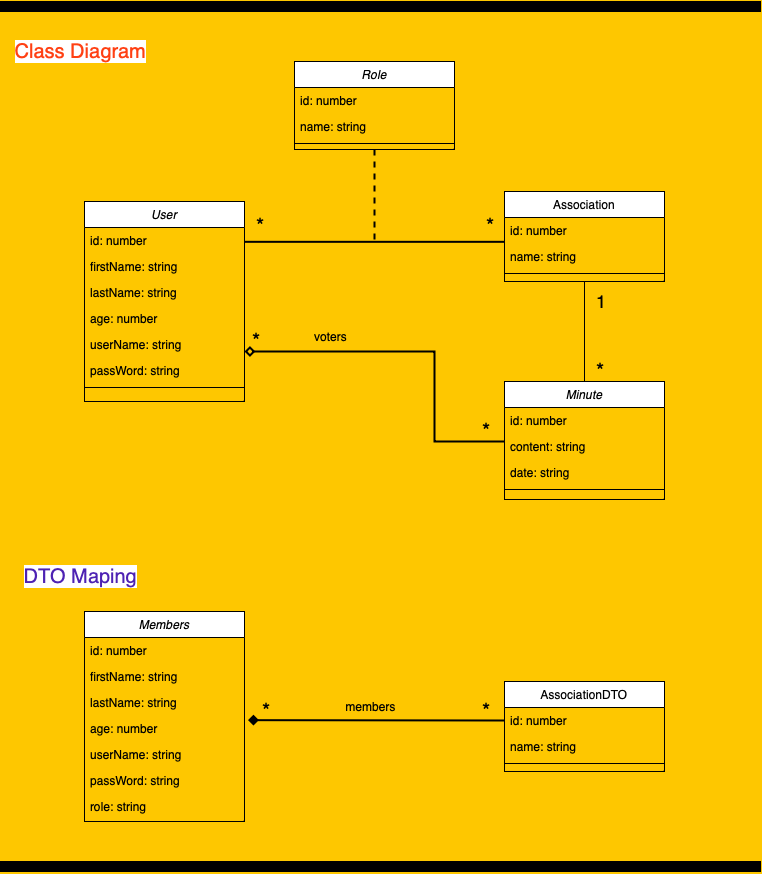
Earlier version of the draw.io export Classe Diagram.drawio.png (ZieAmara/fr-administration-api). Source tidied: cells renumbered, new cells last; positions are measured from the earlier drawing's top-left corner, leaving out a move shared by most shapes.
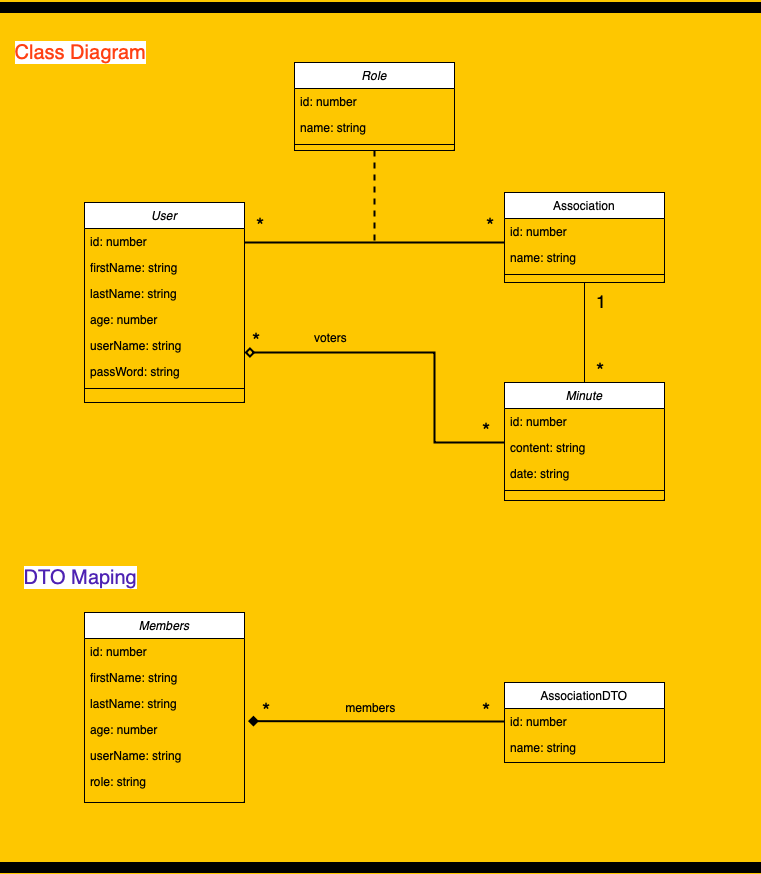
The same diagram one commit later.

What changed in the source:
```diff
@@ -139,7 +139,7 @@
       <mxGeometry x="10" y="555" width="140" height="40" as="geometry" />
     </mxCell>
     <mxCell id="38" value="Members" style="swimlane;fontStyle=2;align=center;verticalAlign=top;horizontal=1;startSize=26;rounded=0;shadow=0;strokeWidth=1;" parent="1" vertex="1">
-      <mxGeometry x="84" y="610" width="160" height="210" as="geometry" />
+      <mxGeometry x="84" y="610" width="160" height="190" as="geometry" />
     </mxCell>
     <mxCell id="39" value="id: number" style="text;align=left;verticalAlign=top;spacingLeft=4;spacingRight=4;overflow=hidden;" parent="38" vertex="1">
       <mxGeometry y="26" width="160" height="26" as="geometry" />
@@ -156,14 +156,11 @@
     <mxCell id="43" value="userName: string" style="text;align=left;verticalAlign=top;spacingLeft=4;spacingRight=4;overflow=hidden;" parent="38" vertex="1">
       <mxGeometry y="130" width="160" height="26" as="geometry" />
     </mxCell>
-    <mxCell id="44" value="passWord: string" style="text;align=left;verticalAlign=top;spacingLeft=4;spacingRight=4;overflow=hidden;" parent="38" vertex="1">
-      <mxGeometry y="156" width="160" height="26" as="geometry" />
-    </mxCell>
     <mxCell id="45" value="role: string" style="text;align=left;verticalAlign=top;spacingLeft=4;spacingRight=4;overflow=hidden;" parent="38" vertex="1">
-      <mxGeometry y="182" width="160" height="20" as="geometry" />
+      <mxGeometry y="156" width="160" height="20" as="geometry" />
     </mxCell>
     <mxCell id="46" value="AssociationDTO" style="swimlane;fontStyle=0;align=center;verticalAlign=top;horizontal=1;startSize=26;rounded=0;shadow=0;strokeWidth=1;" parent="1" vertex="1">
-      <mxGeometry x="504" y="680" width="160" height="90" as="geometry" />
+      <mxGeometry x="504" y="680" width="160" height="80" as="geometry" />
     </mxCell>
     <mxCell id="47" value="id: number" style="text;align=left;verticalAlign=top;spacingLeft=4;spacingRight=4;overflow=hidden;points=[[0,0.5],[1,0.5]];portConstraint=eastwest;rounded=0;shadow=0;html=0;" parent="46" vertex="1">
       <mxGeometry y="26" width="160" height="26" as="geometry" />
@@ -171,9 +168,6 @@
     <mxCell id="48" value="name: string" style="text;align=left;verticalAlign=top;spacingLeft=4;spacingRight=4;overflow=hidden;rounded=0;shadow=0;html=0;" parent="46" vertex="1">
       <mxGeometry y="52" width="160" height="26" as="geometry" />
     </mxCell>
-    <mxCell id="49" style="line;html=1;strokeWidth=1;align=left;verticalAlign=middle;spacingTop=-1;spacingLeft=3;spacingRight=3;labelPosition=right;" parent="46" vertex="1">
-      <mxGeometry y="78" width="160" height="8" as="geometry" />
-    </mxCell>
     <mxCell id="50" style="rounded=0;jettySize=auto;html=1;entryX=1.022;entryY=0.179;entryDx=0;entryDy=0;entryPerimeter=0;endArrow=diamond;endFill=1;strokeWidth=2;exitX=0;exitY=0.5;exitDx=0;exitDy=0;" parent="1" edge="1" source="47" target="42">
       <mxGeometry relative="1" as="geometry" />
     </mxCell>
```
